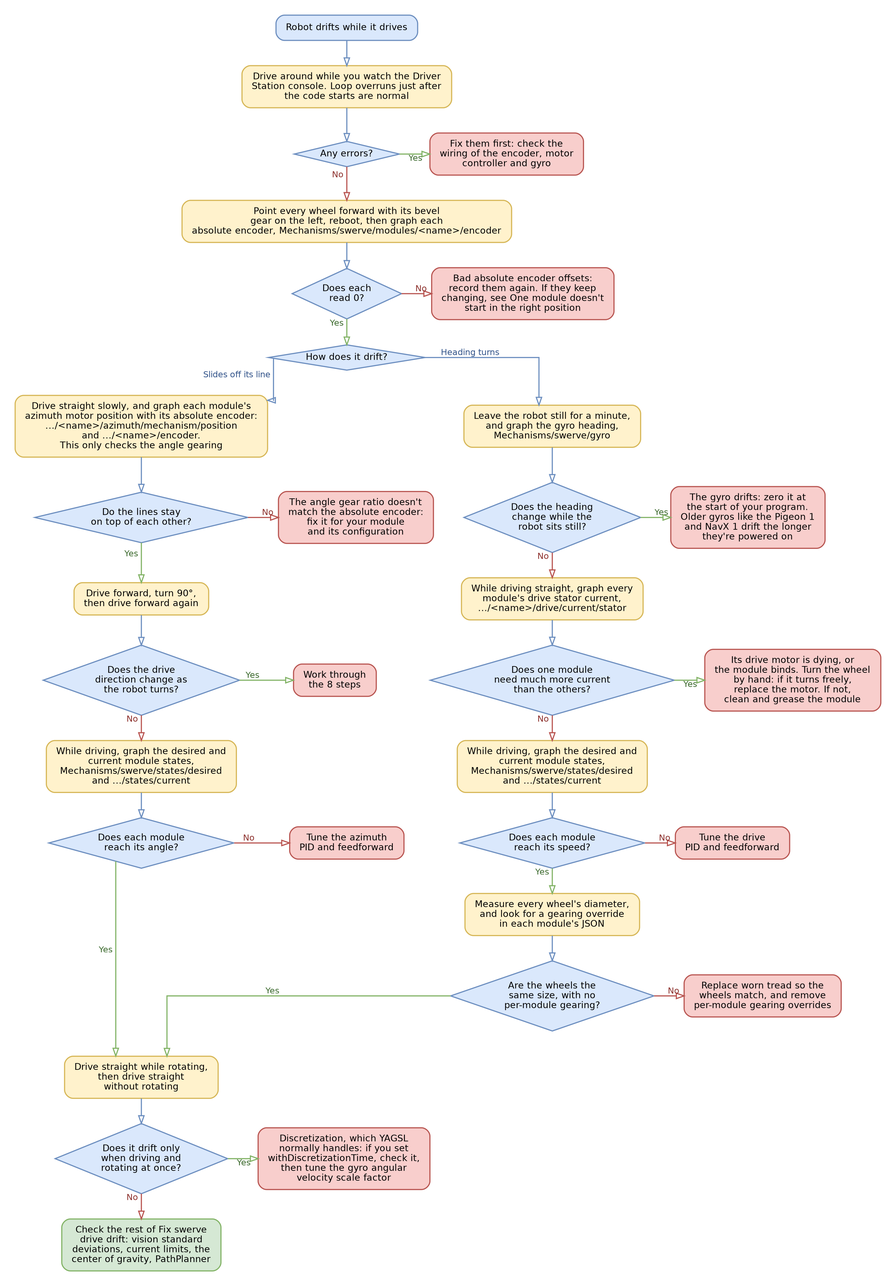
Yet-Another-Software-Suite/YAGSL-gitbook keeps this Graphviz diagram as .gitbook/assets/yagsl-flowchart-drift.png. Above is the earlier version. Its source is kept beside it as .gitbook/assets/yagsl-flowchart-drift.dot.
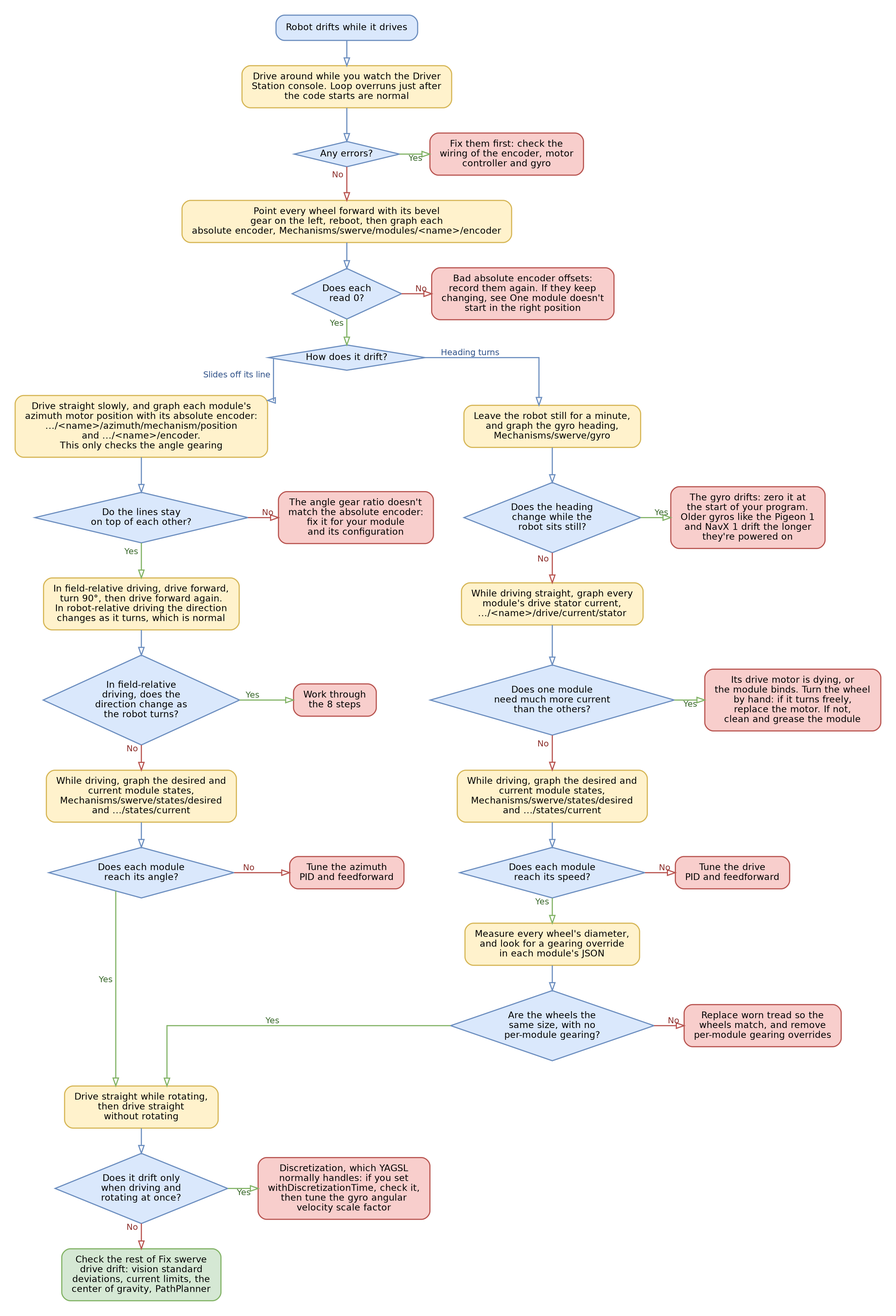
Above is the later version.

Commit message:
Direction changing as the robot turns is only a problem in field-relative driving

What changed in the source:
```diff
@@ -27,8 +27,8 @@
   b -> th1 [xlabel=" Slides off its line ", color="#6c8ebf", fontcolor="#34558b", weight=2];
   th1 -> tq1 [color="#6c8ebf", weight=10];
   tq1 -> tf1 [xlabel=" No ", color="#b85450", fontcolor="#8c2f2b"];
-  th2 [label="Drive forward, turn 90°,\nthen drive forward again", shape=box, style="rounded,filled", fillcolor="#fff2cc", color="#d6b656"];
-  tq2 [label="Does the drive\ndirection change as\nthe robot turns?", shape=diamond, style=filled, fillcolor="#dae8fc", color="#6c8ebf", margin="0.05,0.05"];
+  th2 [label="In field-relative driving, drive forward,\nturn 90°, then drive forward again.\nIn robot-relative driving the direction\nchanges as it turns, which is normal", shape=box, style="rounded,filled", fillcolor="#fff2cc", color="#d6b656"];
+  tq2 [label="In field-relative\ndriving, does the\ndirection change as\nthe robot turns?", shape=diamond, style=filled, fillcolor="#dae8fc", color="#6c8ebf", margin="0.05,0.05"];
   tf2 [label="Work through\nthe 8 steps", shape=box, style="rounded,filled", fillcolor="#f8cecc", color="#b85450"];
   {rank=same; tq2; tf2;}
   tq1 -> th2 [xlabel=" Yes ", color="#82b366", fontcolor="#3d6b2f", weight=10];
```
